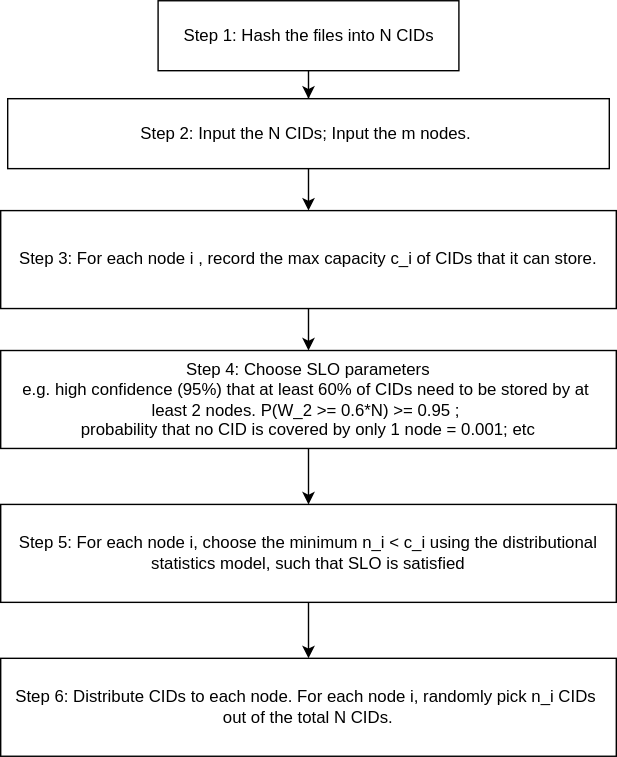
The draw.io diagram assets/flow_chart.drawio.svg in zcahkwn/occ, before a commit. Source tidied: cells renumbered, new cells last; positions are measured from the earlier drawing's top-left corner, leaving out a move shared by most shapes.
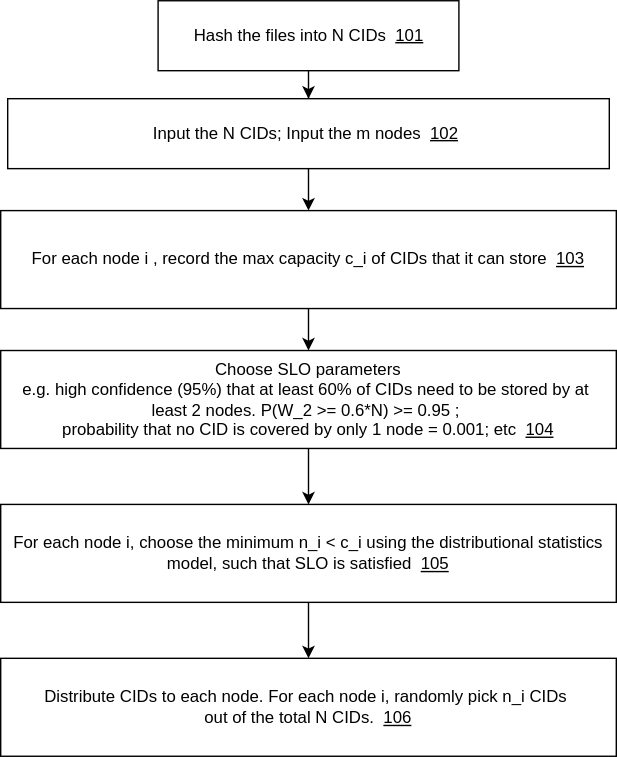
After the change.

What changed in the source:
```diff
@@ -7,19 +7,19 @@
         <mxPoint x="220" y="360" as="targetPoint" />
       </mxGeometry>
     </mxCell>
-    <mxCell id="3" value="Step 4: Choose SLO parameters&lt;div&gt;e.g.&lt;span style=&quot;background-color: transparent; color: light-dark(rgb(0, 0, 0), rgb(255, 255, 255));&quot;&gt;&amp;nbsp;high confidence (95%) that at least 60% of CIDs need to be stored by at&amp;nbsp;&lt;/span&gt;&lt;/div&gt;&lt;div&gt;&lt;span style=&quot;background-color: transparent; color: light-dark(rgb(0, 0, 0), rgb(255, 255, 255));&quot;&gt;least 2 nodes.&amp;nbsp;&lt;/span&gt;&lt;span style=&quot;background-color: transparent; color: light-dark(rgb(0, 0, 0), rgb(255, 255, 255));&quot;&gt;P(W_2 &amp;gt;= 0.6*N) &amp;gt;= 0.95&amp;nbsp;&lt;/span&gt;;&amp;nbsp;&lt;/div&gt;&lt;div&gt;probability that no CID is covered by only 1 node = 0.001; etc&lt;/div&gt;" style="rounded=0;whiteSpace=wrap;html=1;" parent="1" vertex="1">
+    <mxCell id="3" value="Choose SLO parameters&lt;div&gt;e.g.&lt;span style=&quot;background-color: transparent; color: light-dark(rgb(0, 0, 0), rgb(255, 255, 255));&quot;&gt;&amp;nbsp;high confidence (95%) that at least 60% of CIDs need to be stored by at&amp;nbsp;&lt;/span&gt;&lt;/div&gt;&lt;div&gt;&lt;span style=&quot;background-color: transparent; color: light-dark(rgb(0, 0, 0), rgb(255, 255, 255));&quot;&gt;least 2 nodes.&amp;nbsp;&lt;/span&gt;&lt;span style=&quot;background-color: transparent; color: light-dark(rgb(0, 0, 0), rgb(255, 255, 255));&quot;&gt;P(W_2 &amp;gt;= 0.6*N) &amp;gt;= 0.95&amp;nbsp;&lt;/span&gt;;&amp;nbsp;&lt;/div&gt;&lt;div&gt;probability that no CID is covered by only 1 node = 0.001; etc&amp;nbsp; &lt;u&gt;104&lt;/u&gt;&lt;/div&gt;" style="rounded=0;whiteSpace=wrap;html=1;" parent="1" vertex="1">
       <mxGeometry y="250" width="440" height="70" as="geometry" />
     </mxCell>
     <mxCell id="4" style="edgeStyle=orthogonalEdgeStyle;rounded=0;jettySize=auto;html=1;" parent="1" edge="1" source="5" target="7">
       <mxGeometry relative="1" as="geometry" />
     </mxCell>
-    <mxCell id="5" value="Step 2: Input the N CIDs; Input the m nodes.&amp;nbsp;" style="rounded=0;whiteSpace=wrap;html=1;" parent="1" vertex="1">
+    <mxCell id="5" value="Input the N CIDs; Input the m nodes&amp;nbsp; &lt;u&gt;102&lt;/u&gt;&amp;nbsp;" style="rounded=0;whiteSpace=wrap;html=1;" parent="1" vertex="1">
       <mxGeometry x="5" y="70" width="430" height="50" as="geometry" />
     </mxCell>
     <mxCell id="6" style="edgeStyle=orthogonalEdgeStyle;rounded=0;jettySize=auto;html=1;" parent="1" edge="1" source="7" target="3">
       <mxGeometry relative="1" as="geometry" />
     </mxCell>
-    <mxCell id="7" value="Step 3: For each node i , record the max capacity c_i of CIDs that it can store." style="rounded=0;whiteSpace=wrap;html=1;" parent="1" vertex="1">
+    <mxCell id="7" value="For each node i , record the max capacity c_i of CIDs that it can store&amp;nbsp; &lt;u&gt;103&lt;/u&gt;" style="rounded=0;whiteSpace=wrap;html=1;" parent="1" vertex="1">
       <mxGeometry y="150" width="440" height="70" as="geometry" />
     </mxCell>
     <mxCell id="8" style="edgeStyle=orthogonalEdgeStyle;rounded=0;jettySize=auto;html=1;" parent="1" edge="1" source="9" target="10">
@@ -30,16 +30,16 @@
         </Array>
       </mxGeometry>
     </mxCell>
-    <mxCell id="9" value="Step 5: For each node i, choose the minimum n_i &amp;lt; c_i using the distributional statistics model, such that SLO is satisfied" style="rounded=0;whiteSpace=wrap;html=1;" parent="1" vertex="1">
+    <mxCell id="9" value="For each node i, choose the minimum n_i &amp;lt; c_i using the distributional statistics model, such that SLO is satisfied&amp;nbsp; &lt;u&gt;105&lt;/u&gt;" style="rounded=0;whiteSpace=wrap;html=1;" parent="1" vertex="1">
       <mxGeometry y="360" width="440" height="70" as="geometry" />
     </mxCell>
-    <mxCell id="10" value="Step 6: Distribute CIDs to each node. For each node i, randomly pick n_i CIDs&amp;nbsp;&lt;div&gt;out of the total N CIDs.&lt;/div&gt;" style="rounded=0;whiteSpace=wrap;html=1;" parent="1" vertex="1">
+    <mxCell id="10" value="Distribute CIDs to each node. For each node i, randomly pick n_i CIDs&amp;nbsp;&lt;div&gt;out of the total N CIDs.&amp;nbsp; &lt;u&gt;106&lt;/u&gt;&lt;/div&gt;" style="rounded=0;whiteSpace=wrap;html=1;" parent="1" vertex="1">
       <mxGeometry y="470" width="440" height="70" as="geometry" />
     </mxCell>
     <mxCell id="11" style="edgeStyle=orthogonalEdgeStyle;rounded=0;jettySize=auto;html=1;entryX=0.5;entryY=0;entryDx=0;entryDy=0;" parent="1" edge="1" source="12" target="5">
       <mxGeometry relative="1" as="geometry" />
     </mxCell>
-    <mxCell id="12" value="Step 1: Hash the files into N CIDs" style="rounded=0;whiteSpace=wrap;html=1;" parent="1" vertex="1">
+    <mxCell id="12" value="Hash the files into N CIDs&amp;nbsp;&amp;nbsp;&lt;u&gt;101&lt;/u&gt;" style="rounded=0;whiteSpace=wrap;html=1;" parent="1" vertex="1">
       <mxGeometry x="112.5" width="215" height="50" as="geometry" />
     </mxCell>
   </root>
```
